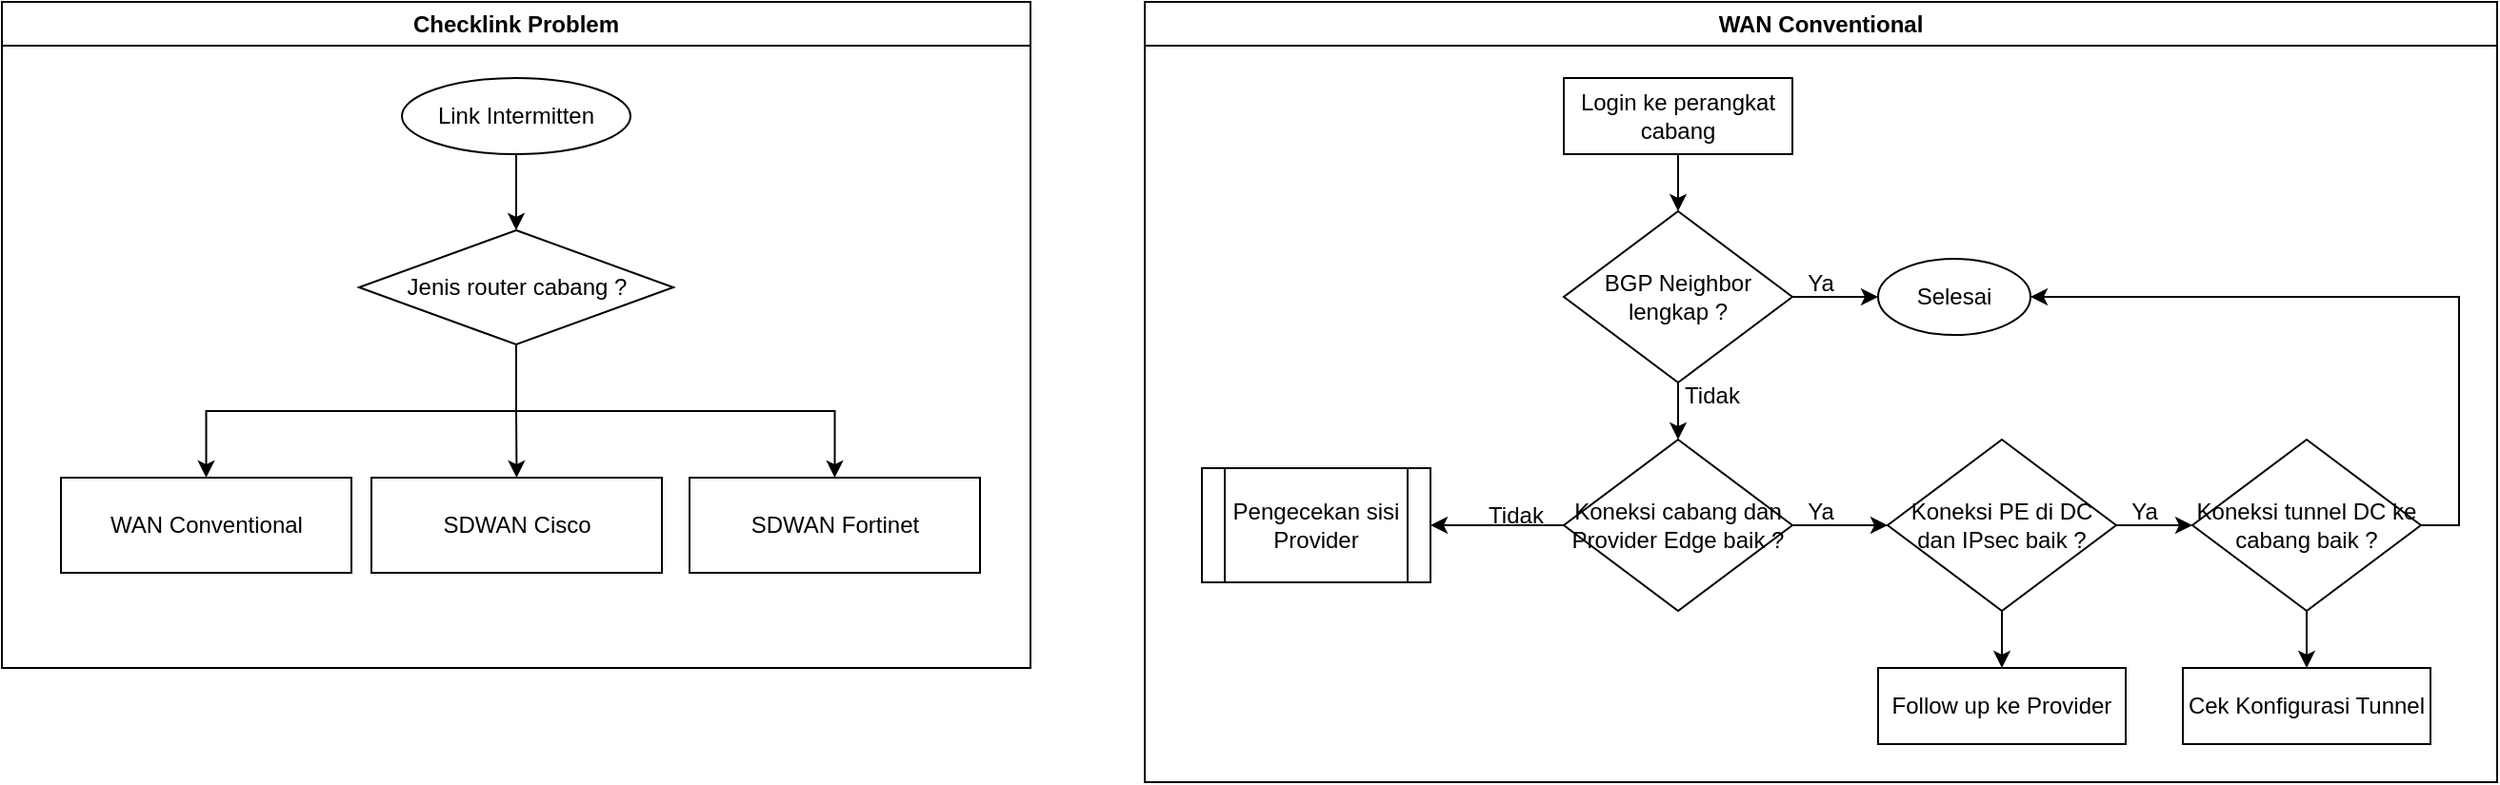
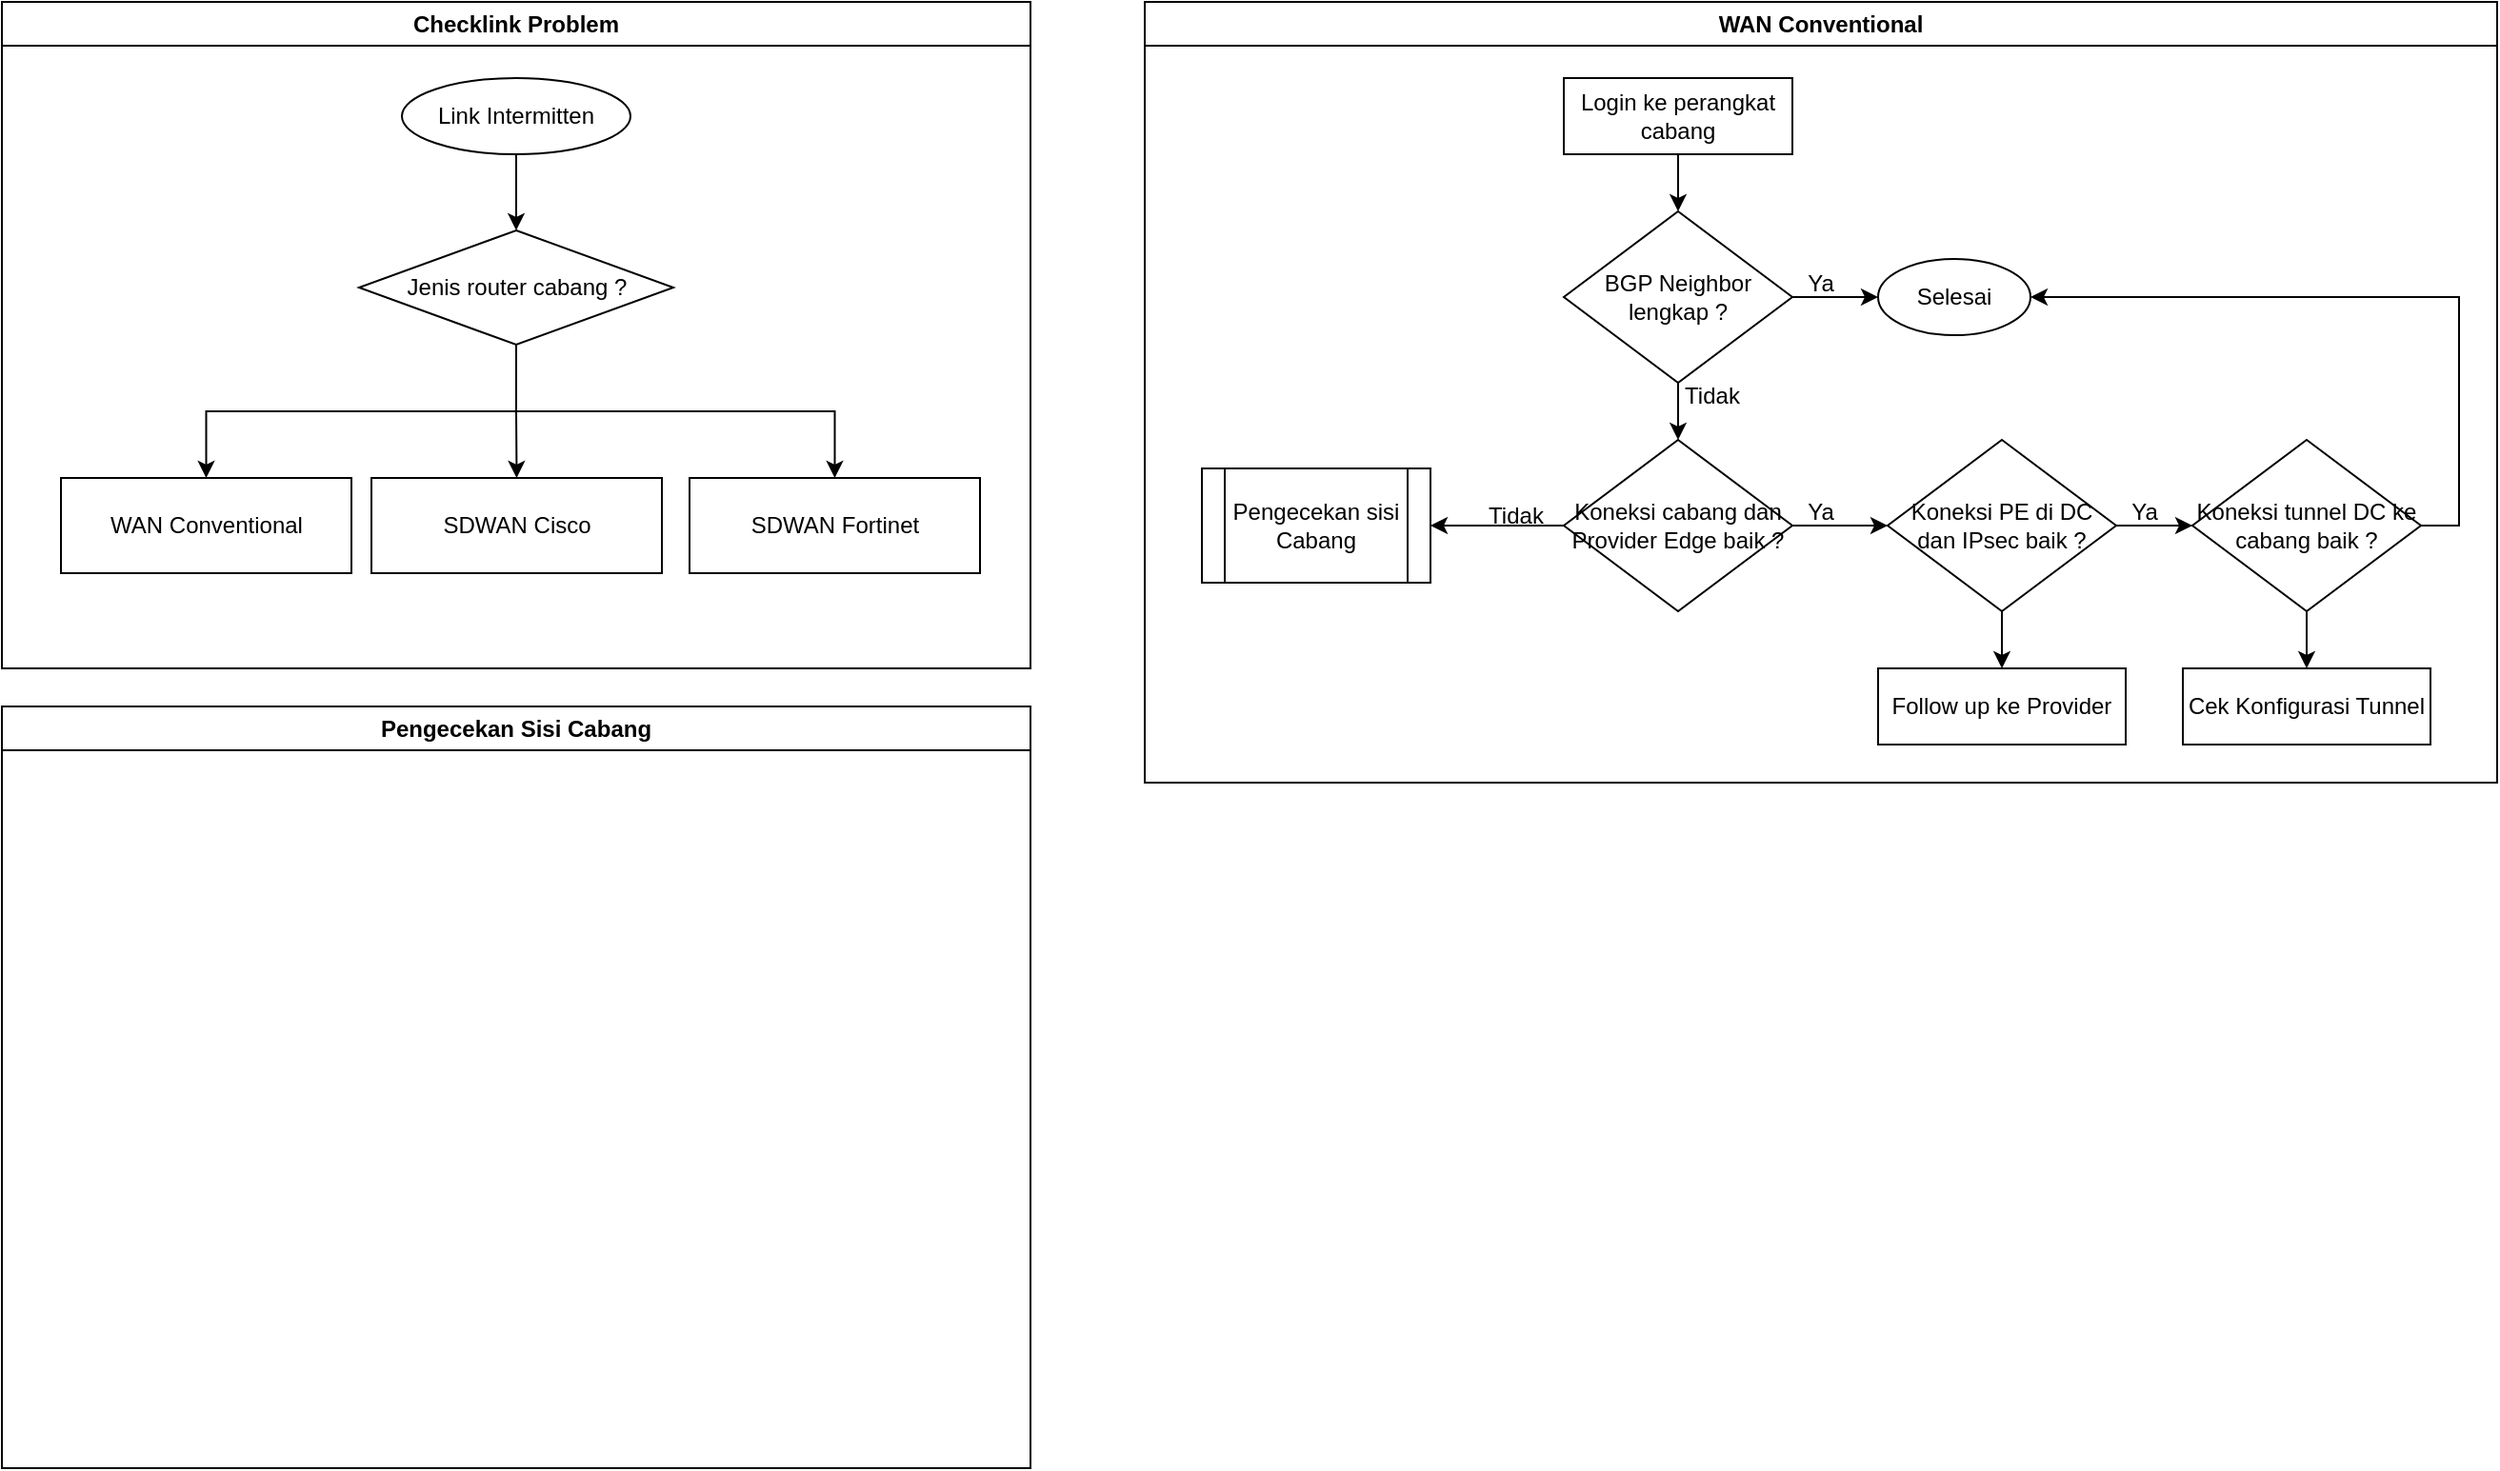
<mxfile host="app.diagrams.net">
  <diagram name="Page-1" id="9vhfLtuUu_MpJ2AiOVXD">
    <mxGraphModel dx="766" dy="454" grid="1" gridSize="10" guides="1" tooltips="1" connect="1" arrows="1" fold="1" page="1" pageScale="1" pageWidth="850" pageHeight="1100" math="0" shadow="0">
      <root>
        <mxCell id="0" />
        <mxCell id="1" parent="0" />
        <mxCell id="pEuGeytKHn6pjW4NDgE5-2" parent="1" style="swimlane;whiteSpace=wrap;html=1;" value="Checklink Problem" vertex="1">
          <mxGeometry height="350" width="540" x="10" y="10" as="geometry" />
        </mxCell>
        <mxCell id="P1elN6ceBegf7L-zKAY9-7" edge="1" parent="pEuGeytKHn6pjW4NDgE5-2" source="P1elN6ceBegf7L-zKAY9-3" style="edgeStyle=orthogonalEdgeStyle;rounded=0;orthogonalLoop=1;jettySize=auto;html=1;exitX=0.5;exitY=1;exitDx=0;exitDy=0;entryX=0.5;entryY=0;entryDx=0;entryDy=0;" target="P1elN6ceBegf7L-zKAY9-6">
          <mxGeometry relative="1" as="geometry" />
        </mxCell>
        <mxCell id="P1elN6ceBegf7L-zKAY9-3" parent="pEuGeytKHn6pjW4NDgE5-2" style="ellipse;whiteSpace=wrap;html=1;" value="Link Intermitten" vertex="1">
          <mxGeometry height="40" width="120" x="210" y="40" as="geometry" />
        </mxCell>
        <mxCell id="P1elN6ceBegf7L-zKAY9-11" edge="1" parent="pEuGeytKHn6pjW4NDgE5-2" source="P1elN6ceBegf7L-zKAY9-6" style="edgeStyle=orthogonalEdgeStyle;rounded=0;orthogonalLoop=1;jettySize=auto;html=1;exitX=0.5;exitY=1;exitDx=0;exitDy=0;" target="P1elN6ceBegf7L-zKAY9-8">
          <mxGeometry relative="1" as="geometry" />
        </mxCell>
        <mxCell id="P1elN6ceBegf7L-zKAY9-12" edge="1" parent="pEuGeytKHn6pjW4NDgE5-2" source="P1elN6ceBegf7L-zKAY9-6" style="edgeStyle=orthogonalEdgeStyle;rounded=0;orthogonalLoop=1;jettySize=auto;html=1;exitX=0.5;exitY=1;exitDx=0;exitDy=0;" target="P1elN6ceBegf7L-zKAY9-9">
          <mxGeometry relative="1" as="geometry" />
        </mxCell>
        <mxCell id="P1elN6ceBegf7L-zKAY9-13" edge="1" parent="pEuGeytKHn6pjW4NDgE5-2" source="P1elN6ceBegf7L-zKAY9-6" style="edgeStyle=orthogonalEdgeStyle;rounded=0;orthogonalLoop=1;jettySize=auto;html=1;exitX=0.5;exitY=1;exitDx=0;exitDy=0;" target="P1elN6ceBegf7L-zKAY9-10">
          <mxGeometry relative="1" as="geometry" />
        </mxCell>
        <mxCell id="P1elN6ceBegf7L-zKAY9-6" parent="pEuGeytKHn6pjW4NDgE5-2" style="rhombus;whiteSpace=wrap;html=1;" value="Jenis router cabang ?" vertex="1">
          <mxGeometry height="60" width="165" x="187.5" y="120" as="geometry" />
        </mxCell>
        <mxCell id="P1elN6ceBegf7L-zKAY9-8" parent="pEuGeytKHn6pjW4NDgE5-2" style="rounded=0;whiteSpace=wrap;html=1;" value="WAN Conventional" vertex="1">
          <mxGeometry height="50" width="152.5" x="31" y="250" as="geometry" />
        </mxCell>
        <mxCell id="P1elN6ceBegf7L-zKAY9-9" parent="pEuGeytKHn6pjW4NDgE5-2" style="rounded=0;whiteSpace=wrap;html=1;" value="SDWAN Cisco" vertex="1">
          <mxGeometry height="50" width="152.5" x="194" y="250" as="geometry" />
        </mxCell>
        <mxCell id="P1elN6ceBegf7L-zKAY9-10" parent="pEuGeytKHn6pjW4NDgE5-2" style="rounded=0;whiteSpace=wrap;html=1;" value="SDWAN Fortinet" vertex="1">
          <mxGeometry height="50" width="152.5" x="361" y="250" as="geometry" />
        </mxCell>
        <mxCell id="TYqNpPFM6TGwHHhuPpuI-11" parent="1" style="swimlane;whiteSpace=wrap;html=1;" value="WAN Conventional" vertex="1">
          <mxGeometry height="410" width="710" x="610" y="10" as="geometry" />
        </mxCell>
        <mxCell id="TYqNpPFM6TGwHHhuPpuI-14" edge="1" parent="TYqNpPFM6TGwHHhuPpuI-11" source="TYqNpPFM6TGwHHhuPpuI-12" style="edgeStyle=orthogonalEdgeStyle;rounded=0;orthogonalLoop=1;jettySize=auto;html=1;exitX=0.5;exitY=1;exitDx=0;exitDy=0;entryX=0.5;entryY=0;entryDx=0;entryDy=0;" target="TYqNpPFM6TGwHHhuPpuI-13">
          <mxGeometry relative="1" as="geometry" />
        </mxCell>
        <mxCell id="TYqNpPFM6TGwHHhuPpuI-12" parent="TYqNpPFM6TGwHHhuPpuI-11" style="rounded=0;whiteSpace=wrap;html=1;" value="Login ke perangkat cabang" vertex="1">
          <mxGeometry height="40" width="120" x="220" y="40" as="geometry" />
        </mxCell>
        <mxCell id="TYqNpPFM6TGwHHhuPpuI-20" edge="1" parent="TYqNpPFM6TGwHHhuPpuI-11" source="TYqNpPFM6TGwHHhuPpuI-13" style="edgeStyle=orthogonalEdgeStyle;rounded=0;orthogonalLoop=1;jettySize=auto;html=1;" target="TYqNpPFM6TGwHHhuPpuI-19" value="">
          <mxGeometry relative="1" as="geometry" />
        </mxCell>
        <mxCell id="TYqNpPFM6TGwHHhuPpuI-30" edge="1" parent="TYqNpPFM6TGwHHhuPpuI-11" source="TYqNpPFM6TGwHHhuPpuI-13" style="edgeStyle=orthogonalEdgeStyle;rounded=0;orthogonalLoop=1;jettySize=auto;html=1;exitX=1;exitY=0.5;exitDx=0;exitDy=0;entryX=0;entryY=0.5;entryDx=0;entryDy=0;" target="TYqNpPFM6TGwHHhuPpuI-16">
          <mxGeometry relative="1" as="geometry" />
        </mxCell>
        <mxCell id="TYqNpPFM6TGwHHhuPpuI-13" parent="TYqNpPFM6TGwHHhuPpuI-11" style="rhombus;whiteSpace=wrap;html=1;" value="BGP Neighbor lengkap ?" vertex="1">
          <mxGeometry height="90" width="120" x="220" y="110" as="geometry" />
        </mxCell>
        <mxCell id="TYqNpPFM6TGwHHhuPpuI-16" parent="TYqNpPFM6TGwHHhuPpuI-11" style="ellipse;whiteSpace=wrap;html=1;" value="Selesai" vertex="1">
          <mxGeometry height="40" width="80" x="385" y="135" as="geometry" />
        </mxCell>
        <mxCell id="TYqNpPFM6TGwHHhuPpuI-23" edge="1" parent="TYqNpPFM6TGwHHhuPpuI-11" source="TYqNpPFM6TGwHHhuPpuI-19" style="edgeStyle=orthogonalEdgeStyle;rounded=0;orthogonalLoop=1;jettySize=auto;html=1;" target="TYqNpPFM6TGwHHhuPpuI-22" value="">
          <mxGeometry relative="1" as="geometry" />
        </mxCell>
        <mxCell id="TYqNpPFM6TGwHHhuPpuI-34" edge="1" parent="TYqNpPFM6TGwHHhuPpuI-11" source="TYqNpPFM6TGwHHhuPpuI-19" style="edgeStyle=orthogonalEdgeStyle;rounded=0;orthogonalLoop=1;jettySize=auto;html=1;exitX=0;exitY=0.5;exitDx=0;exitDy=0;entryX=1;entryY=0.5;entryDx=0;entryDy=0;" target="TYqNpPFM6TGwHHhuPpuI-33">
          <mxGeometry relative="1" as="geometry" />
        </mxCell>
        <mxCell id="TYqNpPFM6TGwHHhuPpuI-19" parent="TYqNpPFM6TGwHHhuPpuI-11" style="rhombus;whiteSpace=wrap;html=1;" value="Koneksi cabang dan Provider Edge baik ?" vertex="1">
          <mxGeometry height="90" width="120" x="220" y="230" as="geometry" />
        </mxCell>
        <mxCell id="TYqNpPFM6TGwHHhuPpuI-22" parent="TYqNpPFM6TGwHHhuPpuI-11" style="rhombus;whiteSpace=wrap;html=1;" value="Koneksi PE di DC dan IPsec baik ?" vertex="1">
          <mxGeometry height="90" width="120" x="390" y="230" as="geometry" />
        </mxCell>
        <mxCell id="TYqNpPFM6TGwHHhuPpuI-24" parent="TYqNpPFM6TGwHHhuPpuI-11" style="rounded=0;whiteSpace=wrap;html=1;" value="Follow up ke Provider" vertex="1">
          <mxGeometry height="40" width="130" x="385" y="350" as="geometry" />
        </mxCell>
        <mxCell id="TYqNpPFM6TGwHHhuPpuI-25" edge="1" parent="TYqNpPFM6TGwHHhuPpuI-11" source="TYqNpPFM6TGwHHhuPpuI-22" style="edgeStyle=orthogonalEdgeStyle;rounded=0;orthogonalLoop=1;jettySize=auto;html=1;exitX=0.5;exitY=1;exitDx=0;exitDy=0;entryX=0.5;entryY=0;entryDx=0;entryDy=0;" target="TYqNpPFM6TGwHHhuPpuI-24">
          <mxGeometry relative="1" as="geometry" />
        </mxCell>
        <mxCell id="TYqNpPFM6TGwHHhuPpuI-31" edge="1" parent="TYqNpPFM6TGwHHhuPpuI-11" source="TYqNpPFM6TGwHHhuPpuI-26" style="edgeStyle=orthogonalEdgeStyle;rounded=0;orthogonalLoop=1;jettySize=auto;html=1;exitX=1;exitY=0.5;exitDx=0;exitDy=0;entryX=1;entryY=0.5;entryDx=0;entryDy=0;" target="TYqNpPFM6TGwHHhuPpuI-16">
          <mxGeometry relative="1" as="geometry" />
        </mxCell>
        <mxCell id="TYqNpPFM6TGwHHhuPpuI-26" parent="TYqNpPFM6TGwHHhuPpuI-11" style="rhombus;whiteSpace=wrap;html=1;" value="Koneksi tunnel DC ke cabang baik ?" vertex="1">
          <mxGeometry height="90" width="120" x="550" y="230" as="geometry" />
        </mxCell>
        <mxCell id="TYqNpPFM6TGwHHhuPpuI-27" edge="1" parent="TYqNpPFM6TGwHHhuPpuI-11" source="TYqNpPFM6TGwHHhuPpuI-22" style="edgeStyle=orthogonalEdgeStyle;rounded=0;orthogonalLoop=1;jettySize=auto;html=1;" target="TYqNpPFM6TGwHHhuPpuI-26" value="">
          <mxGeometry relative="1" as="geometry" />
        </mxCell>
        <mxCell id="TYqNpPFM6TGwHHhuPpuI-28" parent="TYqNpPFM6TGwHHhuPpuI-11" style="rounded=0;whiteSpace=wrap;html=1;" value="Cek Konfigurasi Tunnel" vertex="1">
          <mxGeometry height="40" width="130" x="545" y="350" as="geometry" />
        </mxCell>
        <mxCell id="TYqNpPFM6TGwHHhuPpuI-29" edge="1" parent="TYqNpPFM6TGwHHhuPpuI-11" source="TYqNpPFM6TGwHHhuPpuI-26" style="edgeStyle=orthogonalEdgeStyle;rounded=0;orthogonalLoop=1;jettySize=auto;html=1;exitX=0.5;exitY=1;exitDx=0;exitDy=0;entryX=0.5;entryY=0;entryDx=0;entryDy=0;" target="TYqNpPFM6TGwHHhuPpuI-28">
          <mxGeometry relative="1" as="geometry" />
        </mxCell>
-         <mxCell id="TYqNpPFM6TGwHHhuPpuI-33" parent="TYqNpPFM6TGwHHhuPpuI-11" style="shape=process;whiteSpace=wrap;html=1;backgroundOutline=1;" value="Pengecekan sisi Provider" vertex="1">
+         <mxCell id="TYqNpPFM6TGwHHhuPpuI-33" parent="TYqNpPFM6TGwHHhuPpuI-11" style="shape=process;whiteSpace=wrap;html=1;backgroundOutline=1;" value="Pengecekan sisi Cabang" vertex="1">
          <mxGeometry height="60" width="120" x="30" y="245" as="geometry" />
        </mxCell>
        <mxCell id="TYqNpPFM6TGwHHhuPpuI-37" parent="TYqNpPFM6TGwHHhuPpuI-11" style="text;html=1;whiteSpace=wrap;strokeColor=none;fillColor=none;align=center;verticalAlign=middle;rounded=0;" value="Tidak" vertex="1">
          <mxGeometry height="20" width="50" x="273" y="197" as="geometry" />
        </mxCell>
        <mxCell id="TYqNpPFM6TGwHHhuPpuI-38" parent="TYqNpPFM6TGwHHhuPpuI-11" style="text;html=1;whiteSpace=wrap;strokeColor=none;fillColor=none;align=center;verticalAlign=middle;rounded=0;" value="Tidak" vertex="1">
          <mxGeometry height="20" width="50" x="170" y="260" as="geometry" />
        </mxCell>
        <mxCell id="TYqNpPFM6TGwHHhuPpuI-40" parent="TYqNpPFM6TGwHHhuPpuI-11" style="text;html=1;whiteSpace=wrap;strokeColor=none;fillColor=none;align=center;verticalAlign=middle;rounded=0;" value="Ya" vertex="1">
          <mxGeometry height="20" width="50" x="330" y="258" as="geometry" />
        </mxCell>
        <mxCell id="TYqNpPFM6TGwHHhuPpuI-41" parent="TYqNpPFM6TGwHHhuPpuI-11" style="text;html=1;whiteSpace=wrap;strokeColor=none;fillColor=none;align=center;verticalAlign=middle;rounded=0;" value="Ya" vertex="1">
          <mxGeometry height="20" width="50" x="500" y="258" as="geometry" />
        </mxCell>
        <mxCell id="TYqNpPFM6TGwHHhuPpuI-35" parent="1" style="text;html=1;whiteSpace=wrap;strokeColor=none;fillColor=none;align=center;verticalAlign=middle;rounded=0;" value="Ya" vertex="1">
          <mxGeometry height="20" width="50" x="940" y="148" as="geometry" />
        </mxCell>
+         <mxCell id="TYqNpPFM6TGwHHhuPpuI-65" parent="1" style="swimlane;whiteSpace=wrap;html=1;" value="Pengecekan Sisi Cabang" vertex="1">
+           <mxGeometry height="400" width="540" x="10" y="380" as="geometry" />
+         </mxCell>
      </root>
    </mxGraphModel>
  </diagram>
</mxfile>
